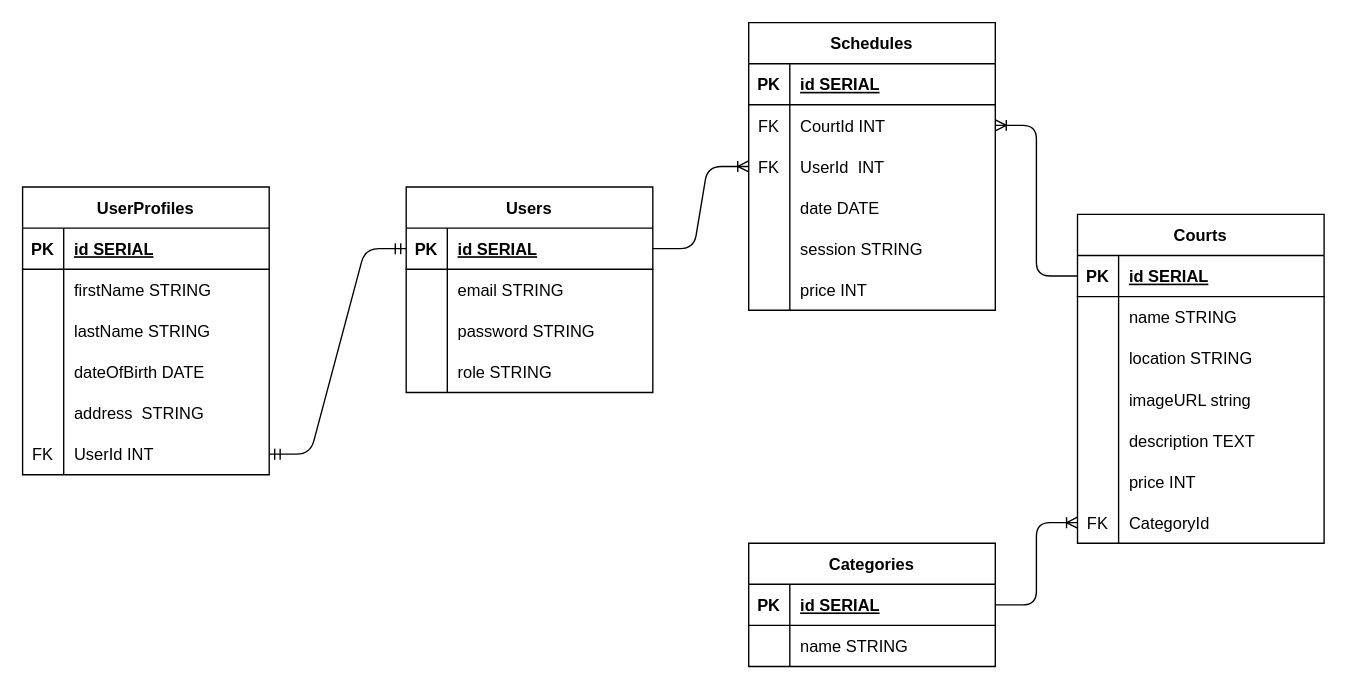
Before: schema.drawio in daffabaihaqi/pairproject, a draw.io diagram. Source tidied: cells renumbered, new cells numbered last; positions are measured from the earlier drawing's top-left corner, leaving out a move shared by most shapes. Both pictures are drawn from the tidied source at 137%, with x=0, y=0 at pixel (22, 22).
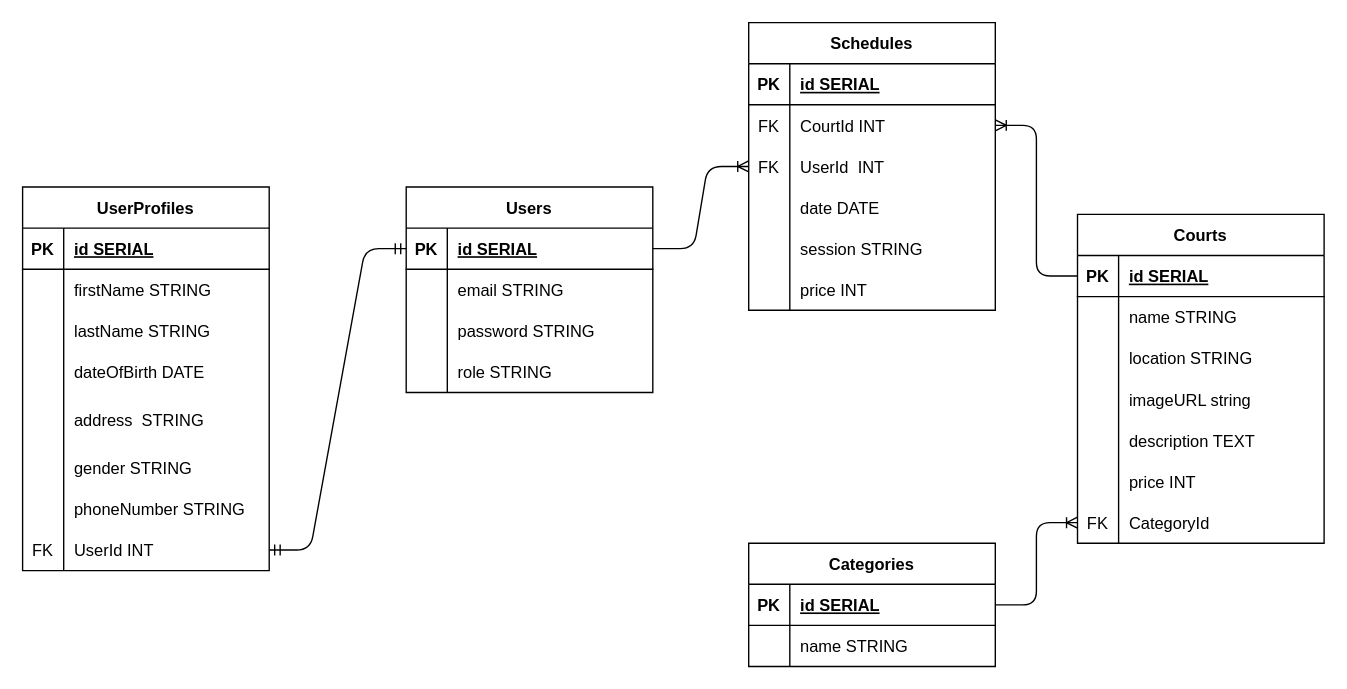
Above is the later version.

Change to the diagram source:
```diff
@@
     <mxCell id="44" value="UserProfiles" style="shape=table;startSize=30;childLayout=tableLayout;rowLines=0;fontStyle=1;align=center;" parent="1" vertex="1">
-      <mxGeometry y="120" width="180" height="210" as="geometry" />
+      <mxGeometry y="120" width="180" height="280" as="geometry" />
     </mxCell>
@@
     <mxCell id="57" style="shape=tableRow;horizontal=0;startSize=0;swimlaneHead=0;swimlaneBody=0;fillColor=none;top=0;left=0;right=0;bottom=0;" parent="44" vertex="1">
-      <mxGeometry y="150" width="180" height="30" as="geometry" />
+      <mxGeometry y="150" width="180" height="40" as="geometry" />
     </mxCell>
     <mxCell id="58" style="shape=partialRectangle;fillColor=none;top=0;left=0;bottom=0;right=0;overflow=hidden;" parent="57" vertex="1">
-      <mxGeometry width="30" height="30" as="geometry" />
+      <mxGeometry width="30" height="40" as="geometry" />
     </mxCell>
     <mxCell id="59" value="address  STRING" style="shape=partialRectangle;fillColor=none;top=0;left=0;bottom=0;right=0;align=left;spacingLeft=6;overflow=hidden;" parent="57" vertex="1">
-      <mxGeometry x="30" width="150" height="30" as="geometry" />
+      <mxGeometry x="30" width="150" height="40" as="geometry" />
     </mxCell>
+    <mxCell id="86" style="shape=tableRow;horizontal=0;startSize=0;swimlaneHead=0;swimlaneBody=0;fillColor=none;top=0;left=0;right=0;bottom=0;" parent="44" vertex="1">
+      <mxGeometry y="190" width="180" height="30" as="geometry" />
+    </mxCell>
+    <mxCell id="87" style="shape=partialRectangle;fillColor=none;top=0;left=0;bottom=0;right=0;overflow=hidden;" parent="86" vertex="1">
+      <mxGeometry width="30" height="30" as="geometry" />
+    </mxCell>
+    <mxCell id="88" value="gender STRING" style="shape=partialRectangle;fillColor=none;top=0;left=0;bottom=0;right=0;align=left;spacingLeft=6;overflow=hidden;" parent="86" vertex="1">
+      <mxGeometry x="30" width="150" height="30" as="geometry" />
+    </mxCell>
+    <mxCell id="89" style="shape=tableRow;horizontal=0;startSize=0;swimlaneHead=0;swimlaneBody=0;fillColor=none;top=0;left=0;right=0;bottom=0;" parent="44" vertex="1">
+      <mxGeometry y="220" width="180" height="30" as="geometry" />
+    </mxCell>
+    <mxCell id="90" style="shape=partialRectangle;fillColor=none;top=0;left=0;bottom=0;right=0;overflow=hidden;" parent="89" vertex="1">
+      <mxGeometry width="30" height="30" as="geometry" />
+    </mxCell>
+    <mxCell id="91" value="phoneNumber STRING" style="shape=partialRectangle;fillColor=none;top=0;left=0;bottom=0;right=0;align=left;spacingLeft=6;overflow=hidden;" parent="89" vertex="1">
+      <mxGeometry x="30" width="150" height="30" as="geometry" />
+    </mxCell>
     <mxCell id="60" style="shape=tableRow;horizontal=0;startSize=0;swimlaneHead=0;swimlaneBody=0;fillColor=none;points=[[0,0.5],[1,0.5]];portConstraint=eastwest;top=0;left=0;right=0;bottom=0;" parent="44" vertex="1">
-      <mxGeometry y="180" width="180" height="30" as="geometry" />
+      <mxGeometry y="250" width="180" height="30" as="geometry" />
     </mxCell>
```
